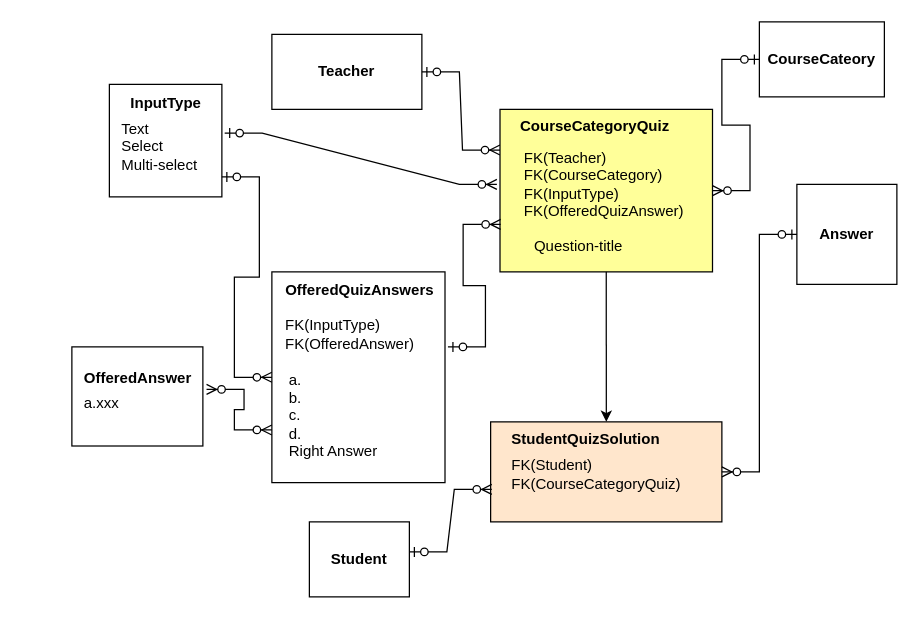
Before: page "Page-2" (2 of 2) of Question-Answer-db-schema2.drawio in mikekim-fullstack/lalasol_db_schema, a draw.io diagram. Source tidied: cells renumbered, new cells numbered last; positions are measured from the earlier drawing's top-left corner, leaving out a move shared by most shapes. Both pictures are drawn from the tidied source at 125%, with x=0, y=0 at pixel (46, 21).
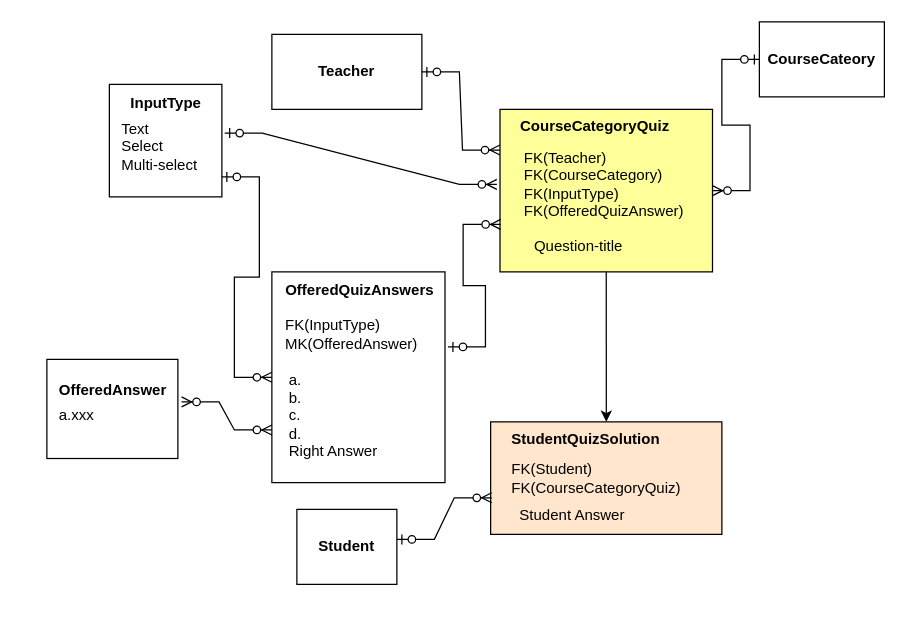
The same diagram, later.

Unchanged cells that the change refers to:
```xml
<mxCell id="23" style="group;" parent="1" vertex="1">
  <mxGeometry x="180" y="200" width="150" height="170" as="geometry" />
</mxCell>
```

Diff of the diagram source:
```diff
@@
-    <mxCell id="9" value="Answer" style="whiteSpace=wrap;html=1;fontStyle=1;" parent="1" vertex="1">
-      <mxGeometry x="600" y="130" width="80" height="80" as="geometry" />
-    </mxCell>
     <mxCell id="10" style="group;fillColor=#FFE6CC;" parent="1" vertex="1">
-      <mxGeometry x="355" y="320" width="185" height="80" as="geometry" />
+      <mxGeometry x="355" y="320" width="185" height="90" as="geometry" />
     </mxCell>
     <mxCell id="11" style="rounded=0;whiteSpace=wrap;html=1;fillColor=#FFE6CC;" parent="10" vertex="1">
-      <mxGeometry width="185" height="80" as="geometry" />
+      <mxGeometry width="185" height="90" as="geometry" />
     </mxCell>
     <mxCell id="12" value="&lt;div&gt;FK(Student)&lt;/div&gt;&lt;div&gt;FK(CourseCategoryQuiz)&lt;br&gt;&lt;/div&gt;" style="text;html=1;align=left;verticalAlign=middle;strokeColor=none;fillColor=none;" parent="10" vertex="1">
-      <mxGeometry x="15.4" y="22.2" width="160" height="40" as="geometry" />
+      <mxGeometry x="15.4" y="25" width="160" height="40" as="geometry" />
     </mxCell>
     <mxCell id="13" value="StudentQuizSolution" style="text;whiteSpace=wrap;html=1;fontStyle=1;" parent="10" vertex="1">
-      <mxGeometry x="15.4" width="169.6" height="21.8" as="geometry" />
+      <mxGeometry x="15.4" width="169.6" height="24.5" as="geometry" />
     </mxCell>
-    <mxCell id="14" style="edgeStyle=entityRelationEdgeStyle;fontSize=12;html=1;endArrow=ERzeroToMany;startArrow=ERzeroToOne;rounded=0;exitX=0;exitY=0.5;exitDx=0;exitDy=0;" parent="1" edge="1" source="9" target="11">
-      <mxGeometry relative="1" as="geometry" />
-    </mxCell>
+    <mxCell id="38" value="Student Answer" style="text;html=1;align=center;verticalAlign=middle;strokeColor=none;fillColor=none;" parent="10" vertex="1">
+      <mxGeometry x="10" y="60" width="110" height="30" as="geometry" />
+    </mxCell>
@@
-    <mxCell id="27" value="&lt;div&gt;FK(InputType)&lt;br&gt;&lt;/div&gt;&lt;div&gt;FK(OfferedAnswer)&lt;br&gt;&lt;/div&gt;" style="text;html=1;align=left;verticalAlign=middle;strokeColor=none;fillColor=none;" parent="23" vertex="1">
+    <mxCell id="27" value="&lt;div&gt;FK(InputType)&lt;br&gt;&lt;/div&gt;&lt;div&gt;MK(OfferedAnswer)&lt;br&gt;&lt;/div&gt;" style="text;html=1;align=left;verticalAlign=middle;strokeColor=none;fillColor=none;" parent="23" vertex="1">
       <mxGeometry x="8.5" y="30" width="130" height="40" as="geometry" />
     </mxCell>
@@
     <mxCell id="30" style="group;" parent="1" vertex="1">
-      <mxGeometry y="250" width="110" height="80" as="geometry" />
+      <mxGeometry x="-20" y="260" width="110" height="80" as="geometry" />
     </mxCell>
@@
     <mxCell id="36" value="Student" style="rounded=0;whiteSpace=wrap;html=1;fontStyle=1;" parent="1" vertex="1">
-      <mxGeometry x="210" y="400" width="80" height="60" as="geometry" />
+      <mxGeometry x="200" y="390" width="80" height="60" as="geometry" />
     </mxCell>
```
